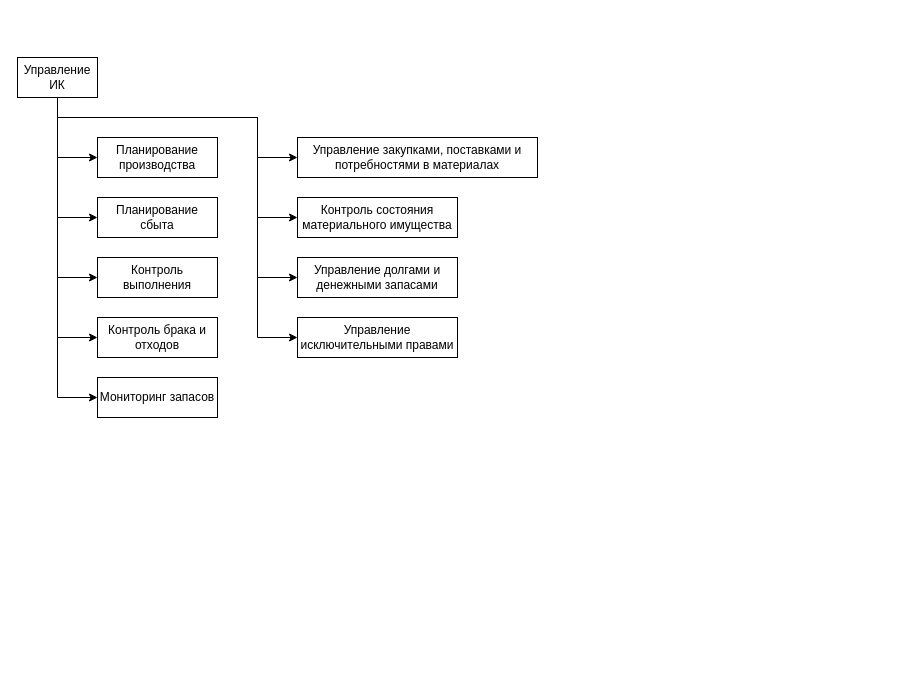
Earlier version of the draw.io diagram 4 cource/2 sem/АСУП/Практики/Управление имуществом.drawio (Kniger33/Institute). Source tidied: cells renumbered, new cells numbered last; positions are measured from the earlier drawing's top-left corner, leaving out a move shared by most shapes. Both pictures are drawn from the tidied source at 100%, with x=0, y=0 at pixel (17, 57).
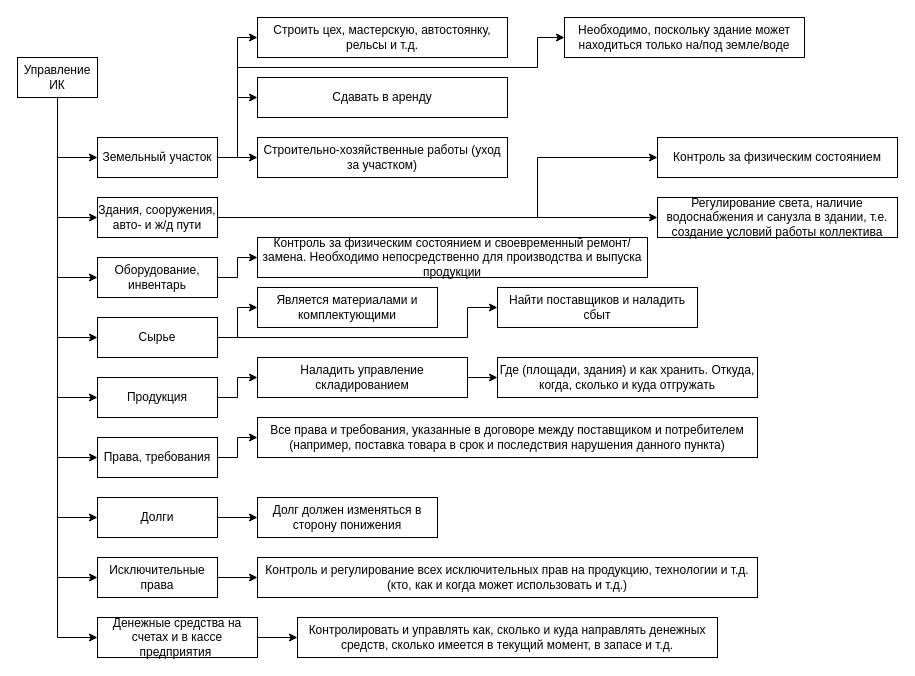
After the change.

Unchanged cells that the change refers to:
```xml
<mxCell id="11" value="Управление ИК" style="rounded=0;whiteSpace=wrap;html=1;" parent="1" vertex="1">
  <mxGeometry width="80" height="40" as="geometry" />
</mxCell>
```

Change to the diagram source:
```diff
@@
     <mxCell id="7" style="edgeStyle=orthogonalEdgeStyle;rounded=0;jettySize=auto;html=1;exitX=0.5;exitY=1;exitDx=0;exitDy=0;entryX=0;entryY=0.5;entryDx=0;entryDy=0;" parent="1" edge="1" source="11" target="17">
       <mxGeometry relative="1" as="geometry">
         <Array as="points">
-          <mxPoint x="40" y="60" />
-          <mxPoint x="240" y="60" />
-          <mxPoint x="240" y="100" />
+          <mxPoint x="40" y="400" />
         </Array>
       </mxGeometry>
     </mxCell>
     <mxCell id="8" style="edgeStyle=orthogonalEdgeStyle;rounded=0;jettySize=auto;html=1;exitX=0.5;exitY=1;exitDx=0;exitDy=0;entryX=0;entryY=0.5;entryDx=0;entryDy=0;" parent="1" edge="1" source="11" target="18">
       <mxGeometry relative="1" as="geometry">
         <Array as="points">
-          <mxPoint x="40" y="60" />
-          <mxPoint x="240" y="60" />
-          <mxPoint x="240" y="160" />
+          <mxPoint x="40" y="460" />
         </Array>
       </mxGeometry>
     </mxCell>
     <mxCell id="9" style="edgeStyle=orthogonalEdgeStyle;rounded=0;jettySize=auto;html=1;exitX=0.5;exitY=1;exitDx=0;exitDy=0;entryX=0;entryY=0.5;entryDx=0;entryDy=0;" parent="1" edge="1" source="11" target="19">
       <mxGeometry relative="1" as="geometry">
         <Array as="points">
-          <mxPoint x="40" y="60" />
-          <mxPoint x="240" y="60" />
-          <mxPoint x="240" y="220" />
+          <mxPoint x="40" y="520" />
         </Array>
       </mxGeometry>
     </mxCell>
     <mxCell id="10" style="edgeStyle=orthogonalEdgeStyle;rounded=0;jettySize=auto;html=1;exitX=0.5;exitY=1;exitDx=0;exitDy=0;entryX=0;entryY=0.5;entryDx=0;entryDy=0;" parent="1" edge="1" source="11" target="20">
       <mxGeometry relative="1" as="geometry">
         <Array as="points">
-          <mxPoint x="40" y="60" />
-          <mxPoint x="240" y="60" />
-          <mxPoint x="240" y="280" />
+          <mxPoint x="40" y="580" />
         </Array>
       </mxGeometry>
     </mxCell>
@@
+    <mxCell id="21" style="edgeStyle=orthogonalEdgeStyle;rounded=0;jettySize=auto;html=1;" parent="1" edge="1" source="12" target="35">
+      <mxGeometry relative="1" as="geometry">
+        <Array as="points">
+          <mxPoint x="220" y="100" />
+          <mxPoint x="220" y="-20" />
+        </Array>
+      </mxGeometry>
+    </mxCell>
+    <mxCell id="22" style="edgeStyle=orthogonalEdgeStyle;rounded=0;jettySize=auto;html=1;entryX=0;entryY=0.5;entryDx=0;entryDy=0;" parent="1" edge="1" source="12" target="36">
+      <mxGeometry relative="1" as="geometry" />
+    </mxCell>
+    <mxCell id="23" style="edgeStyle=orthogonalEdgeStyle;rounded=0;jettySize=auto;html=1;entryX=0;entryY=0.5;entryDx=0;entryDy=0;" parent="1" edge="1" source="12" target="37">
+      <mxGeometry relative="1" as="geometry" />
+    </mxCell>
+    <mxCell id="24" style="edgeStyle=orthogonalEdgeStyle;rounded=0;jettySize=auto;html=1;entryX=0;entryY=0.5;entryDx=0;entryDy=0;" parent="1" edge="1" source="12" target="41">
+      <mxGeometry relative="1" as="geometry">
+        <Array as="points">
+          <mxPoint x="220" y="100" />
+          <mxPoint x="220" y="10" />
+          <mxPoint x="520" y="10" />
+        </Array>
+      </mxGeometry>
+    </mxCell>
-    <mxCell id="12" value="Планирование производства" style="rounded=0;whiteSpace=wrap;html=1;" parent="1" vertex="1">
+    <mxCell id="12" value="Земельный участок" style="rounded=0;whiteSpace=wrap;html=1;" parent="1" vertex="1">
       <mxGeometry x="80" y="80" width="120" height="40" as="geometry" />
     </mxCell>
+    <mxCell id="25" style="edgeStyle=orthogonalEdgeStyle;rounded=0;jettySize=auto;html=1;" parent="1" edge="1" source="13" target="38">
+      <mxGeometry relative="1" as="geometry">
+        <Array as="points">
+          <mxPoint x="520" y="160" />
+          <mxPoint x="520" y="100" />
+        </Array>
+      </mxGeometry>
+    </mxCell>
+    <mxCell id="26" style="edgeStyle=orthogonalEdgeStyle;rounded=0;jettySize=auto;html=1;entryX=0;entryY=0.5;entryDx=0;entryDy=0;" parent="1" edge="1" source="13" target="39">
+      <mxGeometry relative="1" as="geometry" />
+    </mxCell>
-    <mxCell id="13" value="Планирование сбыта" style="rounded=0;whiteSpace=wrap;html=1;" parent="1" vertex="1">
+    <mxCell id="13" value="Здания, сооружения, авто- и ж/д пути" style="rounded=0;whiteSpace=wrap;html=1;" parent="1" vertex="1">
       <mxGeometry x="80" y="140" width="120" height="40" as="geometry" />
     </mxCell>
+    <mxCell id="27" style="edgeStyle=orthogonalEdgeStyle;rounded=0;jettySize=auto;html=1;" parent="1" edge="1" source="14" target="40">
+      <mxGeometry relative="1" as="geometry" />
+    </mxCell>
-    <mxCell id="14" value="Контроль выполнения" style="rounded=0;whiteSpace=wrap;html=1;" parent="1" vertex="1">
+    <mxCell id="14" value="Оборудование, инвентарь" style="rounded=0;whiteSpace=wrap;html=1;" parent="1" vertex="1">
       <mxGeometry x="80" y="200" width="120" height="40" as="geometry" />
     </mxCell>
+    <mxCell id="28" style="edgeStyle=orthogonalEdgeStyle;rounded=0;jettySize=auto;html=1;" parent="1" edge="1" source="15" target="42">
+      <mxGeometry relative="1" as="geometry" />
+    </mxCell>
+    <mxCell id="29" style="edgeStyle=orthogonalEdgeStyle;rounded=0;jettySize=auto;html=1;entryX=0;entryY=0.5;entryDx=0;entryDy=0;" parent="1" edge="1" source="15" target="43">
+      <mxGeometry relative="1" as="geometry">
+        <Array as="points">
+          <mxPoint x="450" y="280" />
+          <mxPoint x="450" y="250" />
+        </Array>
+      </mxGeometry>
+    </mxCell>
-    <mxCell id="15" value="Контроль брака и отходов" style="rounded=0;whiteSpace=wrap;html=1;" parent="1" vertex="1">
+    <mxCell id="15" value="Сырье" style="rounded=0;whiteSpace=wrap;html=1;" parent="1" vertex="1">
       <mxGeometry x="80" y="260" width="120" height="40" as="geometry" />
     </mxCell>
+    <mxCell id="30" style="edgeStyle=orthogonalEdgeStyle;rounded=0;jettySize=auto;html=1;" parent="1" edge="1" source="16" target="45">
+      <mxGeometry relative="1" as="geometry" />
+    </mxCell>
-    <mxCell id="16" value="Мониторинг запасов" style="rounded=0;whiteSpace=wrap;html=1;" parent="1" vertex="1">
+    <mxCell id="16" value="Продукция" style="rounded=0;whiteSpace=wrap;html=1;" parent="1" vertex="1">
       <mxGeometry x="80" y="320" width="120" height="40" as="geometry" />
     </mxCell>
+    <mxCell id="31" style="edgeStyle=orthogonalEdgeStyle;rounded=0;jettySize=auto;html=1;" parent="1" edge="1" source="17" target="47">
+      <mxGeometry relative="1" as="geometry" />
+    </mxCell>
-    <mxCell id="17" value="Управление закупками, поставками и потребностями в материалах" style="rounded=0;whiteSpace=wrap;html=1;" parent="1" vertex="1">
-      <mxGeometry x="280" y="80" width="240" height="40" as="geometry" />
+    <mxCell id="17" value="Права, требования" style="rounded=0;whiteSpace=wrap;html=1;" parent="1" vertex="1">
+      <mxGeometry x="80" y="380" width="120" height="40" as="geometry" />
     </mxCell>
+    <mxCell id="32" style="edgeStyle=orthogonalEdgeStyle;rounded=0;jettySize=auto;html=1;" parent="1" edge="1" source="18" target="48">
+      <mxGeometry relative="1" as="geometry" />
+    </mxCell>
-    <mxCell id="18" value="Контроль состояния материального имущества" style="rounded=0;whiteSpace=wrap;html=1;" parent="1" vertex="1">
-      <mxGeometry x="280" y="140" width="160" height="40" as="geometry" />
+    <mxCell id="18" value="Долги" style="rounded=0;whiteSpace=wrap;html=1;" parent="1" vertex="1">
+      <mxGeometry x="80" y="440" width="120" height="40" as="geometry" />
     </mxCell>
+    <mxCell id="33" style="edgeStyle=orthogonalEdgeStyle;rounded=0;jettySize=auto;html=1;" parent="1" edge="1" source="19" target="49">
+      <mxGeometry relative="1" as="geometry" />
+    </mxCell>
-    <mxCell id="19" value="Управление долгами и денежными запасами" style="rounded=0;whiteSpace=wrap;html=1;" parent="1" vertex="1">
-      <mxGeometry x="280" y="200" width="160" height="40" as="geometry" />
+    <mxCell id="19" value="Исключительные права" style="rounded=0;whiteSpace=wrap;html=1;" parent="1" vertex="1">
+      <mxGeometry x="80" y="500" width="120" height="40" as="geometry" />
     </mxCell>
+    <mxCell id="34" style="edgeStyle=orthogonalEdgeStyle;rounded=0;jettySize=auto;html=1;" parent="1" edge="1" source="20" target="50">
+      <mxGeometry relative="1" as="geometry" />
+    </mxCell>
-    <mxCell id="20" value="Управление исключительными правами" style="rounded=0;whiteSpace=wrap;html=1;" parent="1" vertex="1">
-      <mxGeometry x="280" y="260" width="160" height="40" as="geometry" />
+    <mxCell id="20" value="Денежные средства на счетах и в кассе предприятия&amp;nbsp;" style="rounded=0;whiteSpace=wrap;html=1;" parent="1" vertex="1">
+      <mxGeometry x="80" y="560" width="160" height="40" as="geometry" />
     </mxCell>
+    <mxCell id="35" value="Строить цех, мастерскую, автостоянку, рельсы и т.д." style="rounded=0;whiteSpace=wrap;html=1;" parent="1" vertex="1">
+      <mxGeometry x="240" y="-40" width="250" height="40" as="geometry" />
+    </mxCell>
+    <mxCell id="36" value="Сдавать в аренду" style="rounded=0;whiteSpace=wrap;html=1;" parent="1" vertex="1">
+      <mxGeometry x="240" y="20" width="250" height="40" as="geometry" />
+    </mxCell>
+    <mxCell id="37" value="Строительно-хозяйственные работы (уход за участком)" style="rounded=0;whiteSpace=wrap;html=1;" parent="1" vertex="1">
+      <mxGeometry x="240" y="80" width="250" height="40" as="geometry" />
+    </mxCell>
+    <mxCell id="38" value="Контроль за физическим состоянием" style="rounded=0;whiteSpace=wrap;html=1;" parent="1" vertex="1">
+      <mxGeometry x="640" y="80" width="240" height="40" as="geometry" />
+    </mxCell>
+    <mxCell id="39" value="Регулирование света, наличие водоснабжения и санузла в здании, т.е. создание условий работы коллектива" style="rounded=0;whiteSpace=wrap;html=1;" parent="1" vertex="1">
+      <mxGeometry x="640" y="140" width="240" height="40" as="geometry" />
+    </mxCell>
+    <mxCell id="40" value="Контроль за физическим состоянием и своевременный ремонт/замена. Необходимо непосредственно для производства и выпуска продукции" style="rounded=0;whiteSpace=wrap;html=1;" parent="1" vertex="1">
+      <mxGeometry x="240" y="180" width="390" height="40" as="geometry" />
+    </mxCell>
+    <mxCell id="41" value="Необходимо, поскольку здание может находиться только на/под земле/воде" style="rounded=0;whiteSpace=wrap;html=1;" parent="1" vertex="1">
+      <mxGeometry x="547" y="-40" width="240" height="40" as="geometry" />
+    </mxCell>
+    <mxCell id="42" value="Является материалами и комплектующими" style="rounded=0;whiteSpace=wrap;html=1;" parent="1" vertex="1">
+      <mxGeometry x="240" y="230" width="180" height="40" as="geometry" />
+    </mxCell>
+    <mxCell id="43" value="Найти поставщиков и наладить сбыт" style="rounded=0;whiteSpace=wrap;html=1;" parent="1" vertex="1">
+      <mxGeometry x="480" y="230" width="200" height="40" as="geometry" />
+    </mxCell>
+    <mxCell id="44" style="edgeStyle=orthogonalEdgeStyle;rounded=0;jettySize=auto;html=1;" parent="1" edge="1" source="45" target="46">
+      <mxGeometry relative="1" as="geometry" />
+    </mxCell>
+    <mxCell id="45" value="Наладить управление складированием" style="rounded=0;whiteSpace=wrap;html=1;" parent="1" vertex="1">
+      <mxGeometry x="240" y="300" width="210" height="40" as="geometry" />
+    </mxCell>
+    <mxCell id="46" value="Где (площади, здания) и как хранить. Откуда, когда, сколько и куда отгружать" style="rounded=0;whiteSpace=wrap;html=1;" parent="1" vertex="1">
+      <mxGeometry x="480" y="300" width="260" height="40" as="geometry" />
+    </mxCell>
+    <mxCell id="47" value="Все права и требования, указанные в договоре между поставщиком и потребителем (например, поставка товара в срок и последствия нарушения данного пункта)" style="rounded=0;whiteSpace=wrap;html=1;" parent="1" vertex="1">
+      <mxGeometry x="240" y="360" width="500" height="40" as="geometry" />
+    </mxCell>
+    <mxCell id="48" value="Долг должен изменяться в сторону понижения" style="rounded=0;whiteSpace=wrap;html=1;" parent="1" vertex="1">
+      <mxGeometry x="240" y="440" width="180" height="40" as="geometry" />
+    </mxCell>
+    <mxCell id="49" value="Контроль и регулирование всех исключительных прав на продукцию, технологии и т.д. (кто, как и когда может использовать и т.д.)" style="rounded=0;whiteSpace=wrap;html=1;" parent="1" vertex="1">
+      <mxGeometry x="240" y="500" width="500" height="40" as="geometry" />
+    </mxCell>
+    <mxCell id="50" value="Контролировать и управлять как, сколько и куда направлять денежных средств, сколько имеется в текущий момент, в запасе и т.д." style="rounded=0;whiteSpace=wrap;html=1;" parent="1" vertex="1">
+      <mxGeometry x="280" y="560" width="420" height="40" as="geometry" />
+    </mxCell>
```
